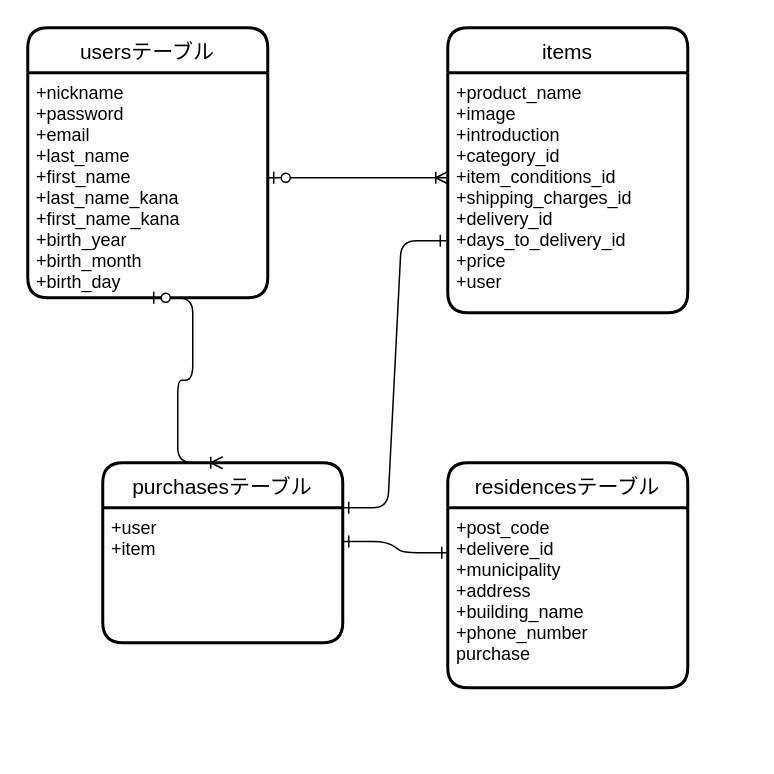
gussann/furima-35501 keeps this draw.io diagram as ER.dio. Above is the earlier version. Source tidied: cells renumbered, new cells numbered last; positions are measured from the earlier drawing's top-left corner, leaving out a move shared by most shapes. Both pictures are drawn from the tidied source at 150%, with x=0, y=0 at pixel (27, 27).
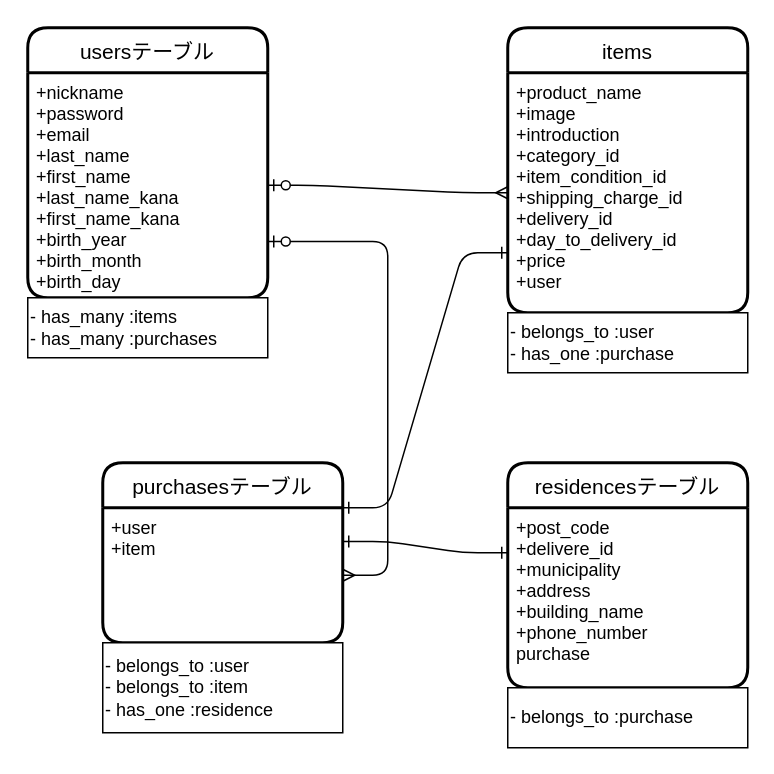
Above is the later version.

Commit message (it also covers changes not shown here):
カラム名と外部キー制約の修正

What changed in the source:
```diff
@@
 <mxGraphModel>
   <root>
     <mxCell id="0" />
     <mxCell id="1" parent="0" />
     <mxCell id="2" value="usersテーブル" style="swimlane;horizontal=1;startSize=30;rounded=1;fontSize=14;fontStyle=0;strokeWidth=2;shadow=0;dashed=0;align=center;" parent="1" vertex="1">
       <mxGeometry width="160" height="180" as="geometry" />
     </mxCell>
     <mxCell id="3" value="+nickname&#10;+password&#10;+email&#10;+last_name&#10;+first_name&#10;+last_name_kana&#10;+first_name_kana&#10;+birth_year&#10;+birth_month&#10;+birth_day&#10;" style="align=left;strokeColor=none;fillColor=none;spacingLeft=4;fontSize=12;verticalAlign=top;" parent="2" vertex="1">
       <mxGeometry y="30" width="160" height="150" as="geometry" />
     </mxCell>
     <mxCell id="4" value="items" style="swimlane;horizontal=1;startSize=30;rounded=1;fontSize=14;fontStyle=0;strokeWidth=2;shadow=0;dashed=0;align=center;" parent="1" vertex="1">
-      <mxGeometry x="280" width="160" height="190" as="geometry" />
+      <mxGeometry x="320" width="160" height="190" as="geometry" />
     </mxCell>
-    <mxCell id="5" value="+product_name&#10;+image&#10;+introduction&#10;+category_id&#10;+item_conditions_id&#10;+shipping_charges_id&#10;+delivery_id&#10;+days_to_delivery_id&#10;+price&#10;+user" style="align=left;strokeColor=none;fillColor=none;spacingLeft=4;fontSize=12;verticalAlign=top;" parent="4" vertex="1">
-      <mxGeometry y="30" width="160" height="160" as="geometry" />
-    </mxCell>
+    <mxCell id="14" value="+product_name&#10;+image&#10;+introduction&#10;+category_id&#10;+item_condition_id&#10;+shipping_charge_id&#10;+delivery_id&#10;+day_to_delivery_id&#10;+price&#10;+user" style="align=left;strokeColor=none;fillColor=none;spacingLeft=4;fontSize=12;verticalAlign=top;" parent="4" vertex="1">
+      <mxGeometry y="30" width="160" height="160" as="geometry" />
+    </mxCell>
-    <mxCell id="6" style="edgeStyle=entityRelationEdgeStyle;fontSize=12;html=1;endArrow=ERoneToMany;startArrow=ERzeroToOne;" parent="1" edge="1">
-      <mxGeometry relative="1" as="geometry">
-        <mxPoint x="160" y="100" as="sourcePoint" />
-        <mxPoint x="280" y="100" as="targetPoint" />
-      </mxGeometry>
+    <mxCell id="6" style="edgeStyle=entityRelationEdgeStyle;fontSize=12;html=1;endArrow=ERmany;startArrow=ERzeroToOne;endFill=0;entryX=0;entryY=0.5;entryDx=0;entryDy=0;exitX=1;exitY=0.5;exitDx=0;exitDy=0;" parent="1" edge="1" source="3" target="14">
+      <mxGeometry relative="1" as="geometry" />
     </mxCell>
     <mxCell id="7" value="purchasesテーブル" style="swimlane;horizontal=1;startSize=30;rounded=1;fontSize=14;fontStyle=0;strokeWidth=2;shadow=0;dashed=0;align=center;" parent="1" vertex="1">
       <mxGeometry x="50" y="290" width="160" height="120" as="geometry" />
     </mxCell>
     <mxCell id="8" value="+user&#10;+item&#10;" style="align=left;strokeColor=none;fillColor=none;spacingLeft=4;fontSize=12;verticalAlign=top;" parent="7" vertex="1">
       <mxGeometry y="30" width="160" height="90" as="geometry" />
     </mxCell>
-    <mxCell id="9" style="edgeStyle=entityRelationEdgeStyle;fontSize=12;html=1;endArrow=ERoneToMany;startArrow=ERzeroToOne;exitX=0.5;exitY=1;exitDx=0;exitDy=0;entryX=0.5;entryY=0;entryDx=0;entryDy=0;rounded=1;" parent="1" edge="1" source="3" target="7">
+    <mxCell id="9" style="edgeStyle=entityRelationEdgeStyle;fontSize=12;html=1;endArrow=ERmany;startArrow=ERzeroToOne;exitX=1;exitY=0.75;exitDx=0;exitDy=0;rounded=1;endFill=0;" parent="1" edge="1" source="3" target="8">
       <mxGeometry relative="1" as="geometry" />
     </mxCell>
-    <mxCell id="10" style="edgeStyle=entityRelationEdgeStyle;fontSize=12;html=1;endArrow=ERone;endFill=0;entryX=-0.006;entryY=0.7;entryDx=0;entryDy=0;entryPerimeter=0;exitX=1;exitY=0;exitDx=0;exitDy=0;startArrow=ERone;startFill=0;" parent="1" edge="1" source="8" target="5">
+    <mxCell id="10" style="edgeStyle=entityRelationEdgeStyle;fontSize=12;html=1;endArrow=ERone;endFill=0;entryX=0;entryY=0.75;entryDx=0;entryDy=0;exitX=1;exitY=0;exitDx=0;exitDy=0;startArrow=ERone;startFill=0;" parent="1" edge="1" source="8" target="14">
       <mxGeometry relative="1" as="geometry" />
     </mxCell>
     <mxCell id="11" value="residencesテーブル" style="swimlane;horizontal=1;startSize=30;rounded=1;fontSize=14;fontStyle=0;strokeWidth=2;shadow=0;dashed=0;align=center;" parent="1" vertex="1">
-      <mxGeometry x="280" y="290" width="160" height="150" as="geometry" />
+      <mxGeometry x="320" y="290" width="160" height="150" as="geometry" />
     </mxCell>
     <mxCell id="12" value="+post_code&#10;+delivere_id&#10;+municipality&#10;+address&#10;+building_name&#10;+phone_number&#10;purchase" style="align=left;strokeColor=none;fillColor=none;spacingLeft=4;fontSize=12;verticalAlign=top;" parent="11" vertex="1">
       <mxGeometry y="30" width="160" height="120" as="geometry" />
     </mxCell>
     <mxCell id="13" style="edgeStyle=entityRelationEdgeStyle;fontSize=12;html=1;endArrow=ERone;endFill=1;entryX=0;entryY=0.25;entryDx=0;entryDy=0;exitX=1;exitY=0.25;exitDx=0;exitDy=0;startArrow=ERone;startFill=0;" parent="1" edge="1" source="8" target="12">
       <mxGeometry relative="1" as="geometry" />
     </mxCell>
+    <mxCell id="15" value="- has_many :items&lt;br&gt;- has_many :purchases" style="whiteSpace=wrap;html=1;align=left;" parent="1" vertex="1">
+      <mxGeometry y="180" width="160" height="40" as="geometry" />
+    </mxCell>
+    <mxCell id="16" value="- belongs_to :user&lt;br&gt;- has_one :purchase" style="whiteSpace=wrap;html=1;align=left;" parent="1" vertex="1">
+      <mxGeometry x="320" y="190" width="160" height="40" as="geometry" />
+    </mxCell>
+    <mxCell id="17" value="- belongs_to :user&lt;br&gt;- belongs_to :item&lt;br&gt;- has_one :residence" style="whiteSpace=wrap;html=1;align=left;" parent="1" vertex="1">
+      <mxGeometry x="50" y="410" width="160" height="60" as="geometry" />
+    </mxCell>
+    <mxCell id="18" value="- belongs_to :purchase" style="whiteSpace=wrap;html=1;align=left;" parent="1" vertex="1">
+      <mxGeometry x="320" y="440" width="160" height="40" as="geometry" />
+    </mxCell>
   </root>
 </mxGraphModel>
```
